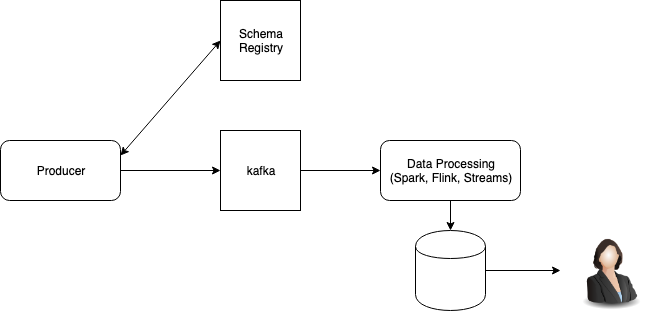
Before: labs/sdp_labs.png, a diagram exported from draw.io (youngwookim/skbdc-bda-2019). Source tidied: cells renumbered, new cells last; positions are measured from the earlier drawing's top-left corner, leaving out a move shared by most shapes.
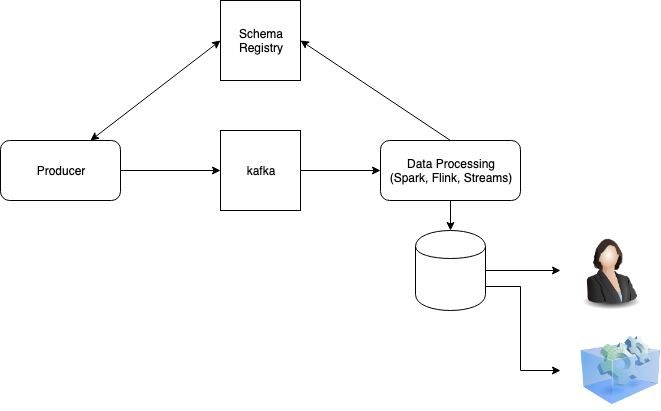
After the change.

What changed in the source:
```diff
@@ -14,7 +14,7 @@
     <mxCell id="5" value="Schema&lt;br&gt;Registry&lt;br&gt;" style="whiteSpace=wrap;html=1;" parent="1" vertex="1">
       <mxGeometry x="220" width="80" height="80" as="geometry" />
     </mxCell>
-    <mxCell id="6" style="endArrow=classic;startArrow=classic;html=1;entryX=0;entryY=0.5;entryDx=0;entryDy=0;exitX=1;exitY=0.25;exitDx=0;exitDy=0;" parent="1" edge="1" source="3" target="5">
+    <mxCell id="6" style="endArrow=classic;startArrow=classic;html=1;entryX=0;entryY=0.5;entryDx=0;entryDy=0;exitX=0.75;exitY=0;exitDx=0;exitDy=0;" parent="1" edge="1" source="3" target="5">
       <mxGeometry relative="1" as="geometry" />
     </mxCell>
     <mxCell id="7" style="edgeStyle=orthogonalEdgeStyle;rounded=0;jettySize=auto;html=1;" parent="1" edge="1" source="8" target="11">
@@ -37,5 +37,20 @@
     <mxCell id="12" style="image;html=1;labelBackgroundColor=#ffffff;image=img/lib/clip_art/people/Suit_Woman_128x128.png;" parent="1" vertex="1">
       <mxGeometry x="570" y="230" width="80" height="80" as="geometry" />
     </mxCell>
+    <mxCell id="13" style="endArrow=classic;html=1;entryX=1;entryY=0.5;entryDx=0;entryDy=0;exitX=0.5;exitY=0;exitDx=0;exitDy=0;" parent="1" edge="1" source="8" target="5">
+      <mxGeometry relative="1" as="geometry" />
+    </mxCell>
+    <mxCell id="14" style="edgeStyle=orthogonalEdgeStyle;rounded=0;jettySize=auto;html=1;exitX=1;exitY=0.7;exitDx=0;exitDy=0;" parent="1" edge="1" source="11">
+      <mxGeometry relative="1" as="geometry">
+        <mxPoint x="560" y="370" as="targetPoint" />
+        <Array as="points">
+          <mxPoint x="520" y="286" />
+          <mxPoint x="520" y="370" />
+        </Array>
+      </mxGeometry>
+    </mxCell>
+    <mxCell id="15" style="image;html=1;labelBackgroundColor=#ffffff;image=img/lib/clip_art/computers/Virtual_Application_128x128.png;" parent="1" vertex="1">
+      <mxGeometry x="580" y="330" width="80" height="80" as="geometry" />
+    </mxCell>
   </root>
 </mxGraphModel>
```
